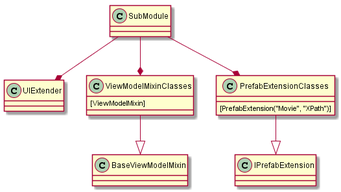
This is docs/articles/Interface/Overview.png from BUTR/Bannerlord.UIExtenderEx, a PlantUML export, as it was before one commit. The source it was exported from:
```plantuml
@startuml

SubModule --* UIExtender
SubModule --* ViewModelMixinClasses
SubModule --* PrefabExtensionClasses

class ViewModelMixinClasses {
[ViewModelMixin]
}

class PrefabExtensionClasses {
[PrefabExtension("Movie", "XPath")]
}

ViewModelMixinClasses --|> BaseViewModelMixin
PrefabExtensionClasses --|> IPrefabExtension

@enduml
```
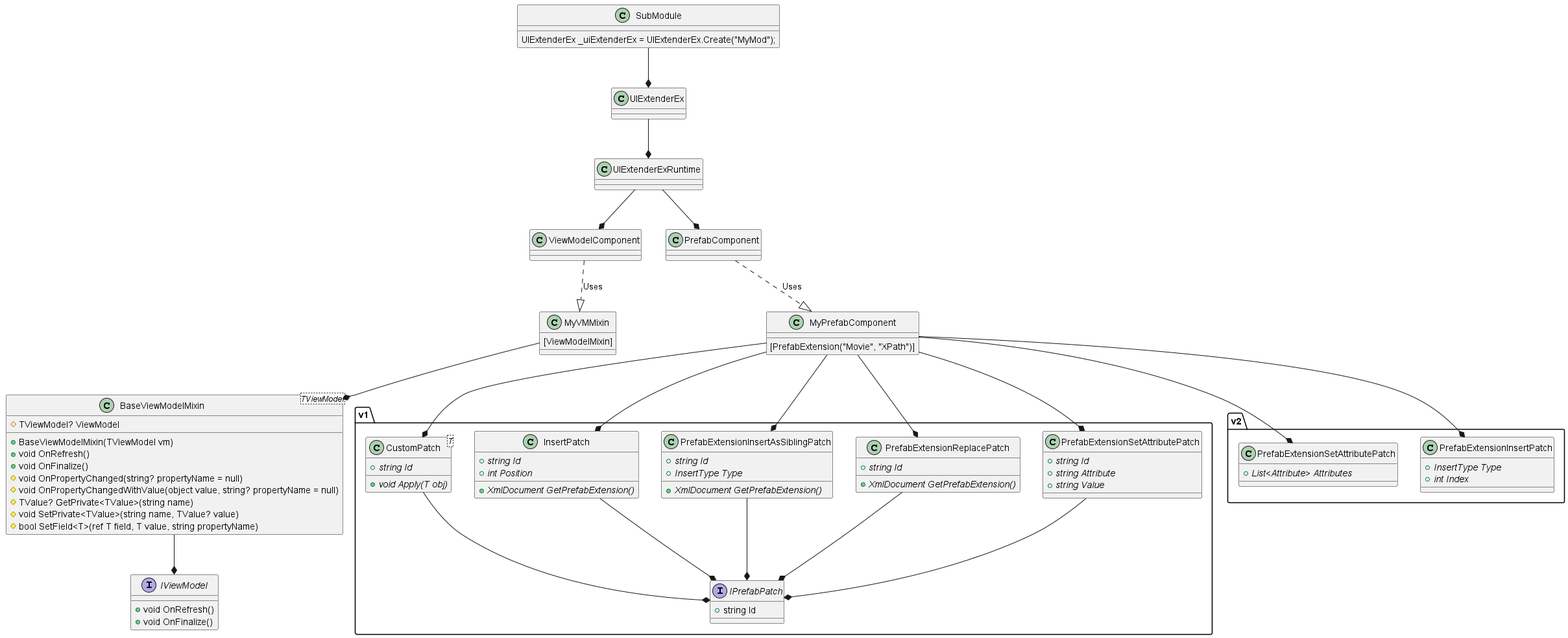
After the commit.

Diff of the diagram source:
```diff
@@ -1,18 +1,87 @@
 @startuml
 
-SubModule --* UIExtender
-SubModule --* ViewModelMixinClasses
-SubModule --* PrefabExtensionClasses
+SubModule --* UIExtenderEx
+UIExtenderEx --* UIExtenderExRuntime
+UIExtenderExRuntime --* ViewModelComponent
+UIExtenderExRuntime --* PrefabComponent
 
-class ViewModelMixinClasses {
+ViewModelComponent ..|> MyVMMixin : Uses
+PrefabComponent ..|> MyPrefabComponent : Uses
+
+MyVMMixin --* BaseViewModelMixin
+BaseViewModelMixin --* IViewModel
+
+MyPrefabComponent --* v2.PrefabExtensionInsertPatch
+MyPrefabComponent --* v2.PrefabExtensionSetAttributePatch
+MyPrefabComponent --* v1.CustomPatch
+MyPrefabComponent --* v1.InsertPatch
+MyPrefabComponent --* v1.PrefabExtensionInsertAsSiblingPatch
+MyPrefabComponent --* v1.PrefabExtensionReplacePatch
+MyPrefabComponent --* v1.PrefabExtensionSetAttributePatch
+v1.CustomPatch --* v1.IPrefabPatch
+v1.InsertPatch --* v1.IPrefabPatch
+v1.PrefabExtensionInsertAsSiblingPatch --* v1.IPrefabPatch
+v1.PrefabExtensionReplacePatch --* v1.IPrefabPatch
+v1.PrefabExtensionSetAttributePatch --* v1.IPrefabPatch
+
+class SubModule {
+UIExtenderEx _uiExtenderEx = UIExtenderEx.Create("MyMod");
+}
+
+
+class MyPrefabComponent {
+[PrefabExtension("Movie", "XPath")]
+}
+class v2.PrefabExtensionInsertPatch {
++ {abstract} InsertType Type
++ {abstract} int Index
+}
+class v2.PrefabExtensionSetAttributePatch {
++ {abstract} List<Attribute> Attributes
+}
+class v1.CustomPatch<T> {
++ {abstract} string Id
++ {abstract} void Apply(T obj)
+}
+class v1.InsertPatch {
++ {abstract} string Id
++ {abstract} int Position
++ {abstract} XmlDocument GetPrefabExtension()
+}
+class v1.PrefabExtensionInsertAsSiblingPatch {
++ {abstract} string Id
++ {abstract} InsertType Type
++ {abstract} XmlDocument GetPrefabExtension()
+}
+class v1.PrefabExtensionReplacePatch {
++ {abstract} string Id
++ {abstract} XmlDocument GetPrefabExtension()
+}
+class v1.PrefabExtensionSetAttributePatch {
++ {abstract} string Id
++ {abstract} string Attribute
++ {abstract} string Value
+}
+interface v1.IPrefabPatch {
++ string Id
+}
+class MyVMMixin {
 [ViewModelMixin]
 }
-
-class PrefabExtensionClasses {
-[PrefabExtension("Movie", "XPath")]
+class BaseViewModelMixin<TViewModel> {
+# TViewModel? ViewModel
++ BaseViewModelMixin(TViewModel vm)
++ void OnRefresh()
++ void OnFinalize()
+# void OnPropertyChanged(string? propertyName = null)
+# void OnPropertyChangedWithValue(object value, string? propertyName = null)
+# TValue? GetPrivate<TValue>(string name)
+# void SetPrivate<TValue>(string name, TValue? value)
+# bool SetField<T>(ref T field, T value, string propertyName)
+}
+interface IViewModel {
++ void OnRefresh()
++ void OnFinalize()
 }
 
-ViewModelMixinClasses --|> BaseViewModelMixin
-PrefabExtensionClasses --|> IPrefabExtension
-
 @enduml
```
